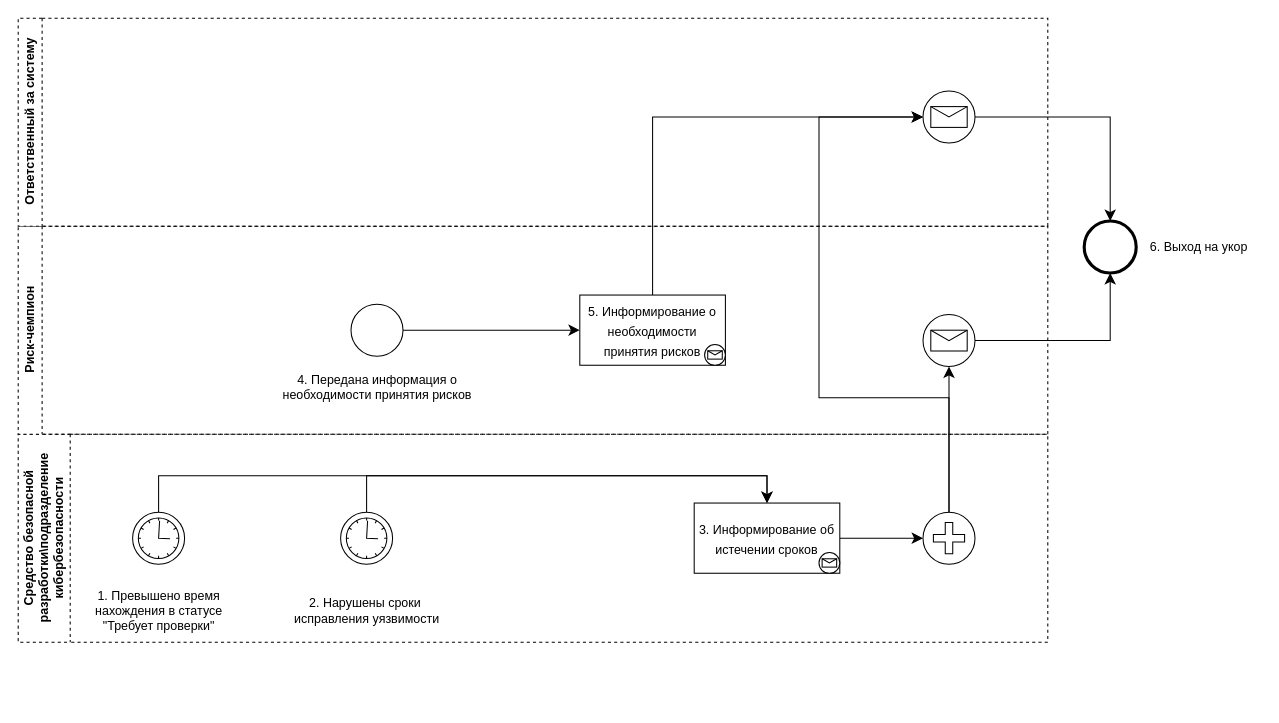
Before: page "Контроль" (4 of 4) of Alfa.drawio in GoluzinaD/Python, a draw.io diagram. Source tidied: cells renumbered, new cells numbered last; positions are measured from the earlier drawing's top-left corner, leaving out a move shared by most shapes. Both pictures are drawn from the tidied source at 104%, with x=0, y=0 at pixel (18, 18).
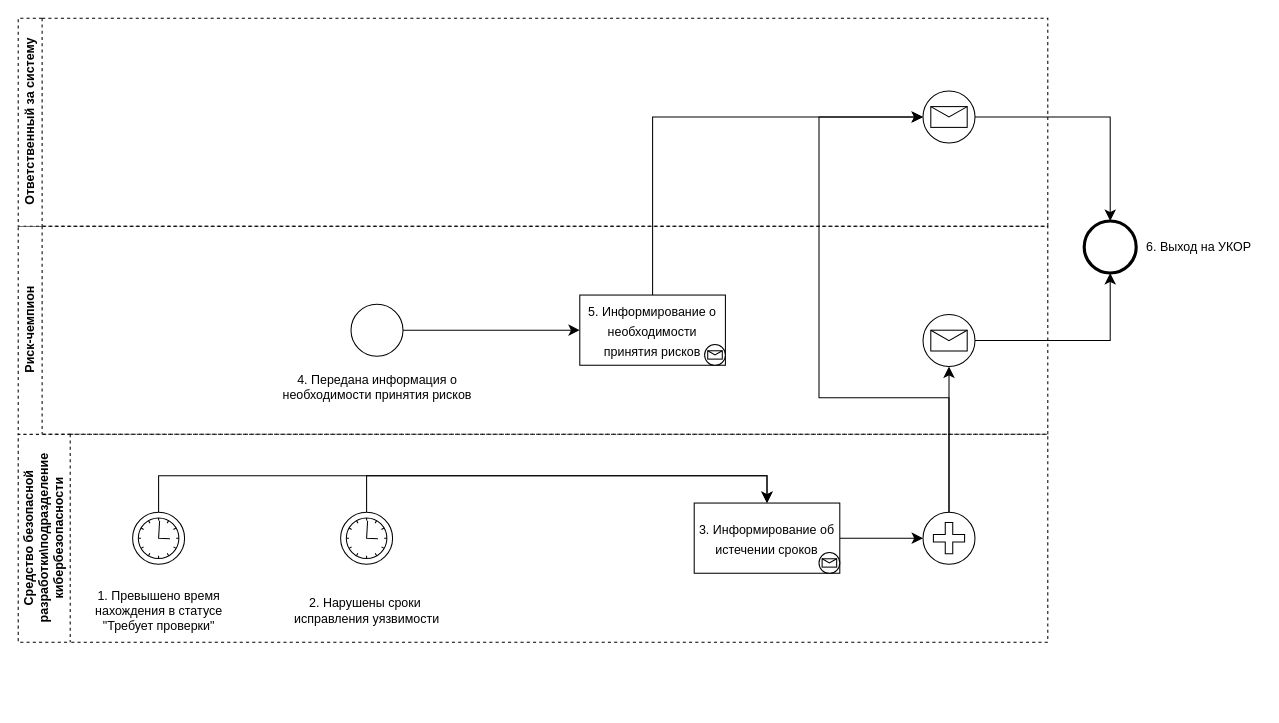
Above is the later version.

Change to the diagram source:
```diff
@@
-    <mxCell id="29" value="6. Выход на укор" style="text;html=1;align=center;verticalAlign=middle;strokeColor=none;fillColor=none;fontSize=12;" parent="1" vertex="1">
+    <mxCell id="29" value="6. Выход на УКОР" style="text;html=1;align=center;verticalAlign=middle;strokeColor=none;fillColor=none;fontSize=12;" parent="1" vertex="1">
       <mxGeometry x="1075" y="205" width="120" height="30" as="geometry" />
     </mxCell>
```
